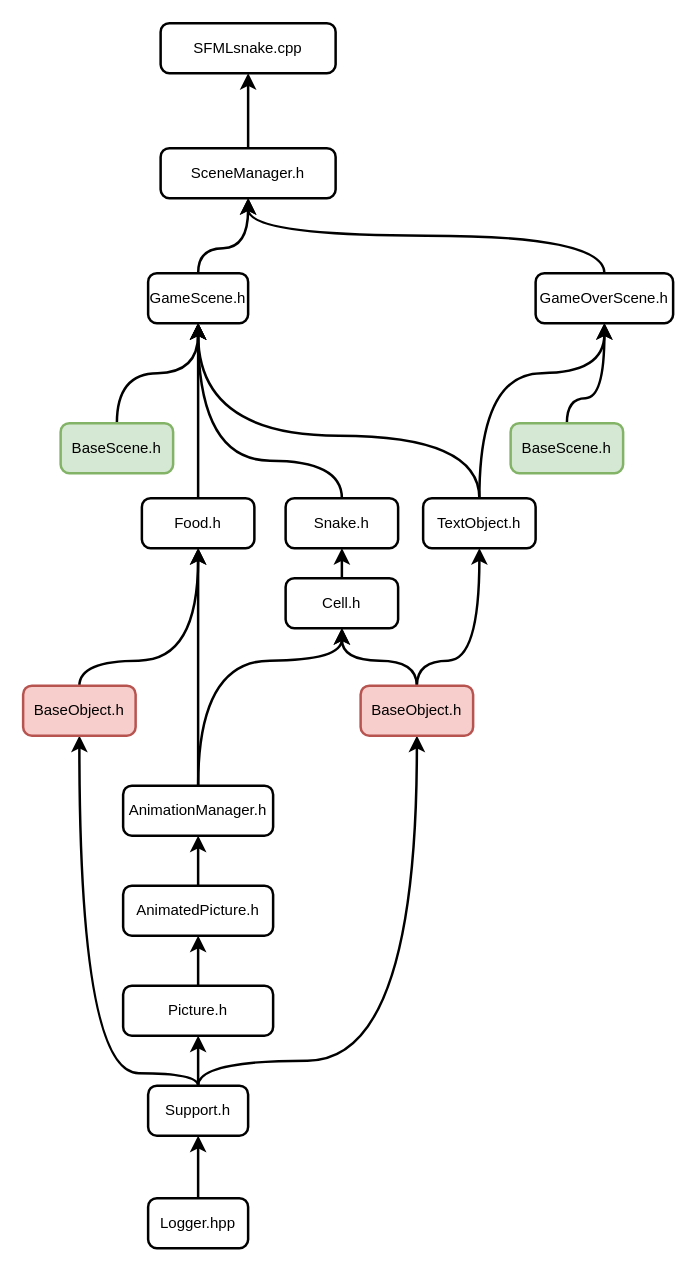
Before: importScheme.drawio in AKTOETO/SFMLsnake, a draw.io diagram. Source tidied: cells renumbered, new cells numbered last; positions are measured from the earlier drawing's top-left corner, leaving out a move shared by most shapes. Both pictures are drawn from the tidied source at 125%, with x=0, y=0 at pixel (22, 22).
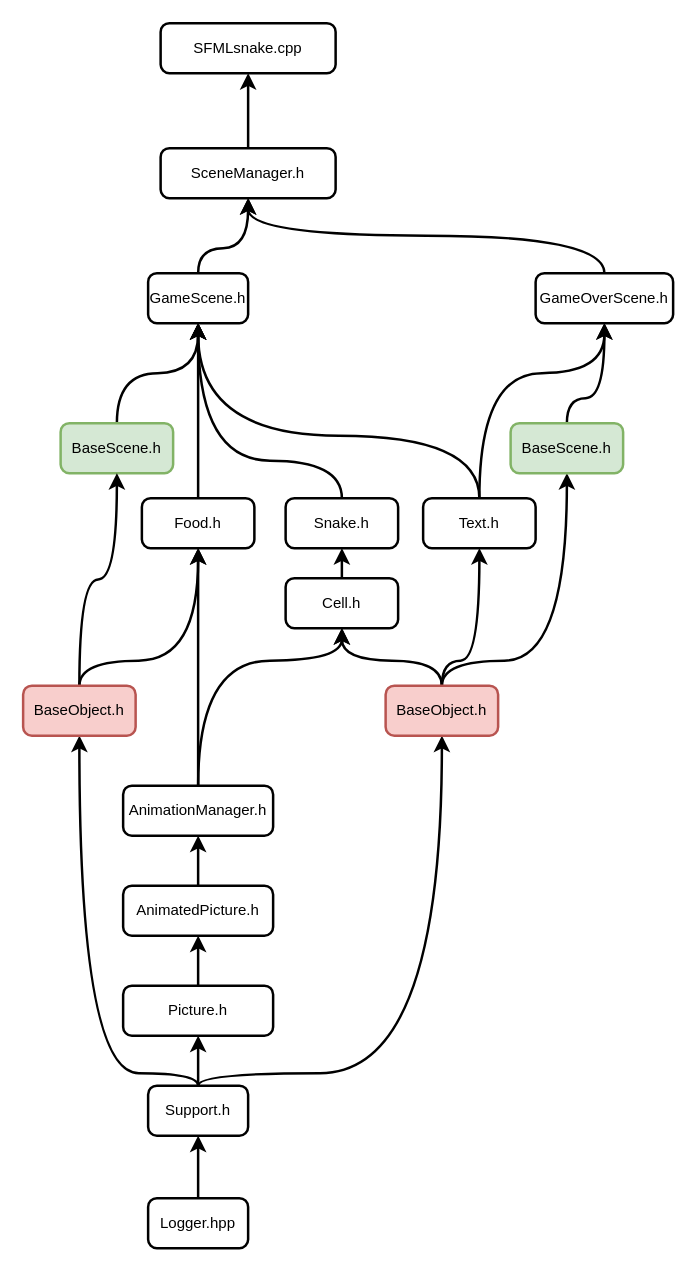
Above is the later version.

Commit message:
the import scheme has been changed

Unchanged cells that the change refers to:
```xml
<mxCell id="8" value="Support.h" style="rounded=1;whiteSpace=wrap;html=1;absoluteArcSize=1;arcSize=14;strokeWidth=2;" parent="1" vertex="1">
  <mxGeometry x="100" y="850" width="80" height="40" as="geometry" />
</mxCell>
<mxCell id="16" value="BaseScene.h" style="rounded=1;whiteSpace=wrap;html=1;absoluteArcSize=1;arcSize=14;strokeWidth=2;fillColor=#d5e8d4;strokeColor=#82b366;" parent="1" vertex="1">
  <mxGeometry x="30" y="320" width="90" height="40" as="geometry" />
</mxCell>
<mxCell id="25" value="Cell.h" style="rounded=1;whiteSpace=wrap;html=1;absoluteArcSize=1;arcSize=14;strokeWidth=2;" parent="1" vertex="1">
  <mxGeometry x="210" y="444" width="90" height="40" as="geometry" />
</mxCell>
<mxCell id="34" value="BaseObject.h" style="rounded=1;whiteSpace=wrap;html=1;absoluteArcSize=1;arcSize=14;strokeWidth=2;fillColor=#f8cecc;strokeColor=#b85450;" parent="1" vertex="1">
  <mxGeometry y="530" width="90" height="40" as="geometry" />
</mxCell>
<mxCell id="39" value="BaseScene.h" style="rounded=1;whiteSpace=wrap;html=1;absoluteArcSize=1;arcSize=14;strokeWidth=2;fillColor=#d5e8d4;strokeColor=#82b366;" parent="1" vertex="1">
  <mxGeometry x="390" y="320" width="90" height="40" as="geometry" />
</mxCell>
```

The edit, as a diff of the source:
```diff
@@
     <mxCell id="7" style="edgeStyle=orthogonalEdgeStyle;curved=1;rounded=0;jettySize=auto;html=1;exitX=0.5;exitY=0;exitDx=0;exitDy=0;entryX=0.5;entryY=1;entryDx=0;entryDy=0;startSize=7;endSize=7;strokeWidth=2;" parent="1" edge="1" source="8" target="37">
       <mxGeometry relative="1" as="geometry">
         <Array as="points">
-          <mxPoint x="140" y="830" />
-          <mxPoint x="315" y="830" />
+          <mxPoint x="140" y="840" />
+          <mxPoint x="335" y="840" />
         </Array>
       </mxGeometry>
     </mxCell>
@@
-    <mxCell id="23" value="TextObject.h" style="rounded=1;whiteSpace=wrap;html=1;absoluteArcSize=1;arcSize=14;strokeWidth=2;" parent="1" vertex="1">
+    <mxCell id="23" value="Text.h" style="rounded=1;whiteSpace=wrap;html=1;absoluteArcSize=1;arcSize=14;strokeWidth=2;" parent="1" vertex="1">
       <mxGeometry x="320" y="380" width="90" height="40" as="geometry" />
     </mxCell>
@@
+    <mxCell id="40" style="edgeStyle=orthogonalEdgeStyle;rounded=0;jettySize=auto;html=1;exitX=0.5;exitY=0;exitDx=0;exitDy=0;entryX=0.5;entryY=1;entryDx=0;entryDy=0;curved=1;startSize=7;endSize=7;strokeWidth=2;" parent="1" edge="1" source="34" target="16">
+      <mxGeometry relative="1" as="geometry" />
+    </mxCell>
@@
     <mxCell id="35" style="edgeStyle=orthogonalEdgeStyle;curved=1;rounded=0;jettySize=auto;html=1;exitX=0.5;exitY=0;exitDx=0;exitDy=0;entryX=0.5;entryY=1;entryDx=0;entryDy=0;startSize=7;endSize=7;strokeWidth=2;" parent="1" edge="1" source="37" target="25">
       <mxGeometry relative="1" as="geometry">
         <Array as="points">
-          <mxPoint x="315" y="510" />
+          <mxPoint x="335" y="510" />
           <mxPoint x="255" y="510" />
         </Array>
       </mxGeometry>
     </mxCell>
     <mxCell id="36" style="edgeStyle=orthogonalEdgeStyle;curved=1;rounded=0;jettySize=auto;html=1;exitX=0.5;exitY=0;exitDx=0;exitDy=0;entryX=0.5;entryY=1;entryDx=0;entryDy=0;startSize=7;endSize=7;strokeWidth=2;" parent="1" edge="1" source="37" target="23">
       <mxGeometry relative="1" as="geometry">
         <Array as="points">
-          <mxPoint x="315" y="510" />
+          <mxPoint x="335" y="510" />
           <mxPoint x="365" y="510" />
         </Array>
       </mxGeometry>
     </mxCell>
+    <mxCell id="41" style="edgeStyle=orthogonalEdgeStyle;curved=1;rounded=0;jettySize=auto;html=1;exitX=0.5;exitY=0;exitDx=0;exitDy=0;entryX=0.5;entryY=1;entryDx=0;entryDy=0;startSize=7;endSize=7;strokeWidth=2;" parent="1" edge="1" source="37" target="39">
+      <mxGeometry relative="1" as="geometry">
+        <Array as="points">
+          <mxPoint x="335" y="510" />
+          <mxPoint x="435" y="510" />
+        </Array>
+      </mxGeometry>
+    </mxCell>
     <mxCell id="37" value="BaseObject.h" style="rounded=1;whiteSpace=wrap;html=1;absoluteArcSize=1;arcSize=14;strokeWidth=2;fillColor=#f8cecc;strokeColor=#b85450;" parent="1" vertex="1">
-      <mxGeometry x="270" y="530" width="90" height="40" as="geometry" />
+      <mxGeometry x="290" y="530" width="90" height="40" as="geometry" />
     </mxCell>
```
